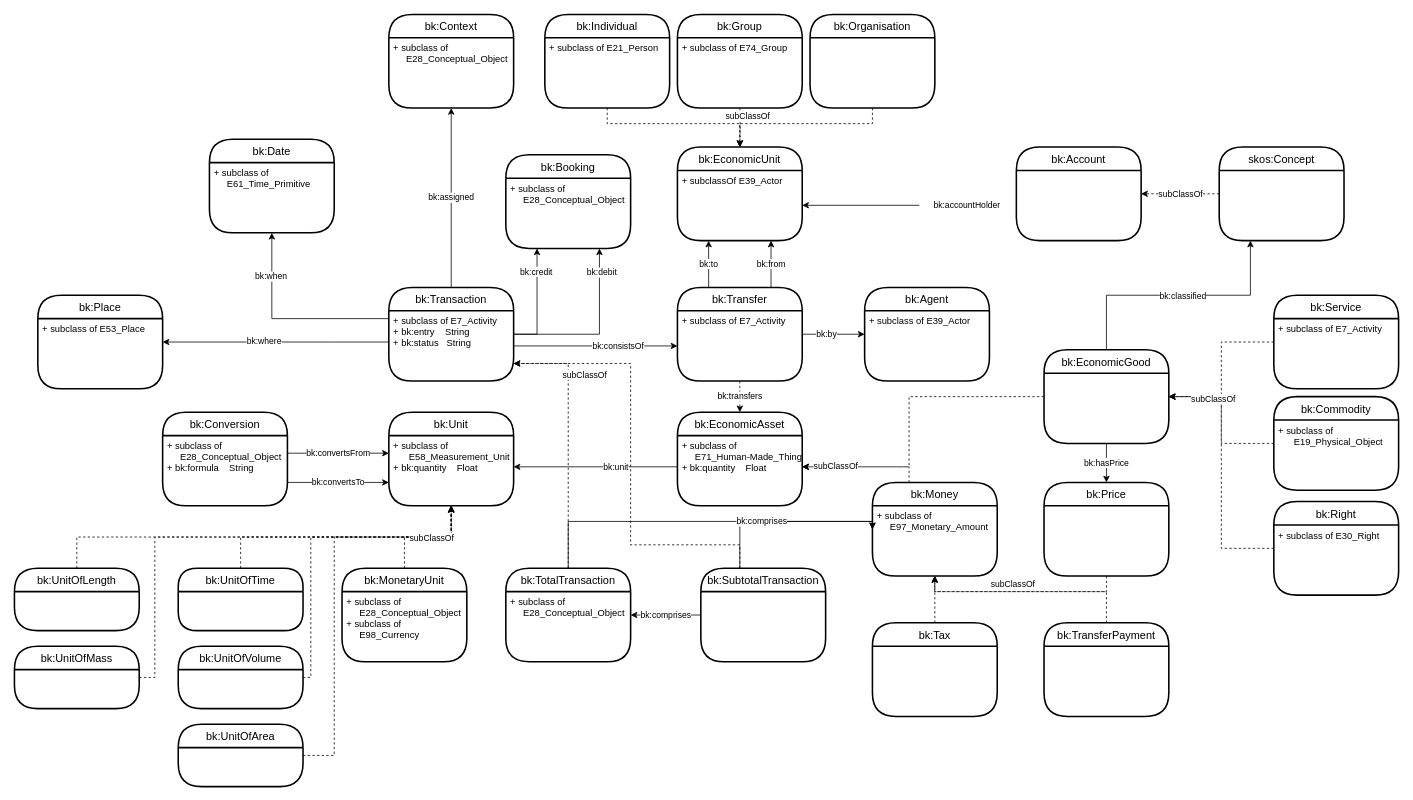
Above: Ontology/version_1.2/bookkeeping_ontology_v1.2.drawio.xml in MEDEAEditions/DEPCHA (draw.io), before the change. Source tidied: cells renumbered, new cells numbered last; positions are measured from the earlier drawing's top-left corner, leaving out a move shared by most shapes. Both pictures are drawn from the tidied source at 78%, with x=0, y=0 at pixel (14, 14).
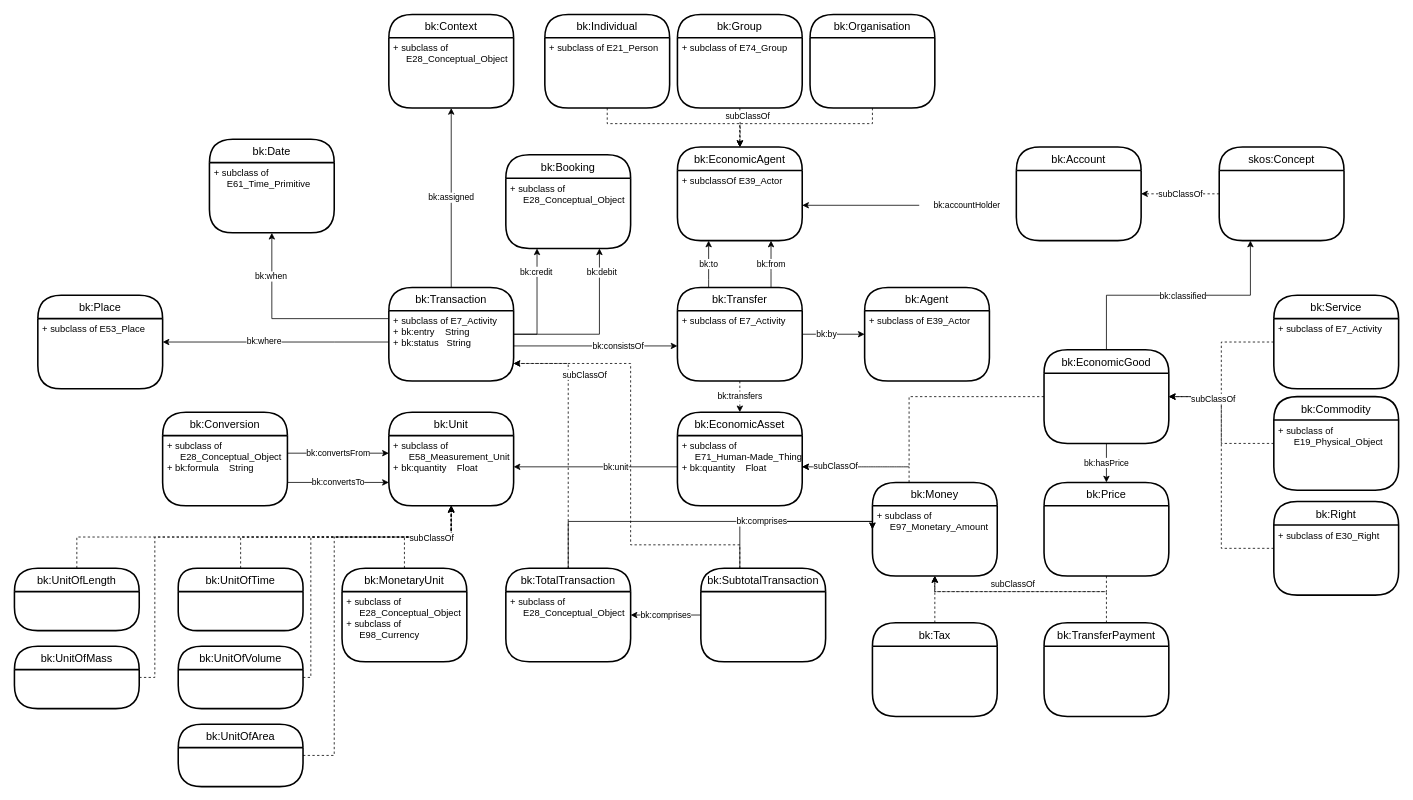
Above is the later version.

Commit message (it also covers changes not shown here):
EconomicAgent Adaptionen

The edit, as a diff of the source:
```diff
@@
-    <mxCell id="16" value="bk:EconomicUnit" style="swimlane;horizontal=1;startSize=30;rounded=1;fontSize=14;fontStyle=0;strokeWidth=2;shadow=0;dashed=0;align=center;arcSize=50;" parent="1" vertex="1">
+    <mxCell id="16" value="bk:EconomicAgent" style="swimlane;horizontal=1;startSize=30;rounded=1;fontSize=14;fontStyle=0;strokeWidth=2;shadow=0;dashed=0;align=center;arcSize=50;" parent="1" vertex="1">
       <mxGeometry x="850" y="170" width="160" height="120" as="geometry" />
     </mxCell>
```
